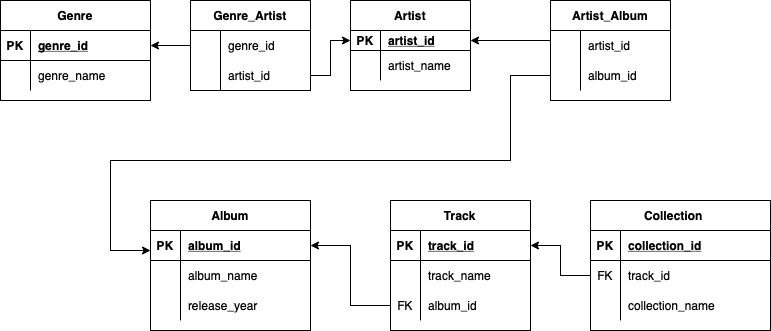
Before: musicDB.drawio.png, a diagram exported from draw.io (Growgs/db_2). Source tidied: cells renumbered, new cells last; positions are measured from the earlier drawing's top-left corner, leaving out a move shared by most shapes.
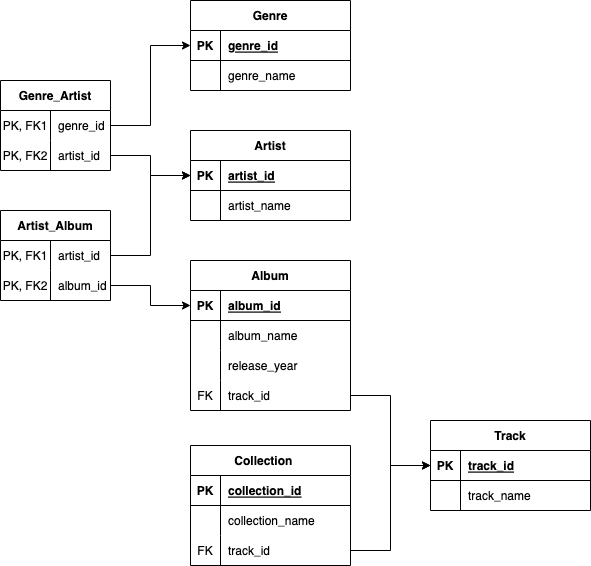
The same diagram one commit later.

The edit, as a diff of the source:
```diff
@@ -3,49 +3,49 @@
     <mxCell id="0" />
     <mxCell id="1" parent="0" />
     <mxCell id="2" value="Genre" style="shape=table;startSize=30;rowLines=0;fontStyle=1;align=center;" parent="1" vertex="1">
-      <mxGeometry width="150" height="100" as="geometry" />
+      <mxGeometry x="150" y="-20" width="160" height="90" as="geometry" />
     </mxCell>
     <mxCell id="3" style="shape=tableRow;horizontal=0;startSize=0;swimlaneHead=0;swimlaneBody=0;fillColor=none;points=[[0,0.5],[1,0.5]];portConstraint=eastwest;top=0;left=0;right=0;bottom=1;" parent="2" vertex="1">
-      <mxGeometry y="30" width="150" height="30" as="geometry" />
+      <mxGeometry y="30" width="160" height="30" as="geometry" />
     </mxCell>
     <mxCell id="4" value="PK" style="shape=partialRectangle;fillColor=none;top=0;left=0;bottom=0;right=0;fontStyle=1;overflow=hidden;" parent="3" vertex="1">
       <mxGeometry width="30" height="30" as="geometry" />
     </mxCell>
     <mxCell id="5" value="genre_id" style="shape=partialRectangle;fillColor=none;top=0;left=0;bottom=0;right=0;align=left;spacingLeft=6;fontStyle=5;overflow=hidden;" parent="3" vertex="1">
-      <mxGeometry x="30" width="120" height="30" as="geometry" />
+      <mxGeometry x="30" width="130" height="30" as="geometry" />
     </mxCell>
     <mxCell id="6" style="shape=tableRow;horizontal=0;startSize=0;swimlaneHead=0;swimlaneBody=0;fillColor=none;top=0;left=0;right=0;bottom=0;" parent="2" vertex="1">
-      <mxGeometry y="60" width="150" height="30" as="geometry" />
+      <mxGeometry y="60" width="160" height="30" as="geometry" />
     </mxCell>
     <mxCell id="7" style="shape=partialRectangle;fillColor=none;top=0;left=0;bottom=0;right=0;overflow=hidden;" parent="6" vertex="1">
       <mxGeometry width="30" height="30" as="geometry" />
     </mxCell>
     <mxCell id="8" value="genre_name" style="shape=partialRectangle;fillColor=none;top=0;left=0;bottom=0;right=0;align=left;spacingLeft=6;overflow=hidden;" parent="6" vertex="1">
-      <mxGeometry x="30" width="120" height="30" as="geometry" />
+      <mxGeometry x="30" width="130" height="30" as="geometry" />
     </mxCell>
     <mxCell id="9" value="Artist" style="shape=table;startSize=30;rowLines=0;fontStyle=1;align=center;" parent="1" vertex="1">
-      <mxGeometry x="350" width="120" height="90" as="geometry" />
+      <mxGeometry x="150" y="110" width="160" height="90" as="geometry" />
     </mxCell>
     <mxCell id="10" style="shape=tableRow;horizontal=0;startSize=0;swimlaneHead=0;swimlaneBody=0;fillColor=none;points=[[0,0.5],[1,0.5]];portConstraint=eastwest;top=0;left=0;right=0;bottom=1;" parent="9" vertex="1">
-      <mxGeometry y="30" width="120" height="20" as="geometry" />
+      <mxGeometry y="30" width="160" height="30" as="geometry" />
     </mxCell>
     <mxCell id="11" value="PK" style="shape=partialRectangle;fillColor=none;top=0;left=0;bottom=0;right=0;fontStyle=1;overflow=hidden;" parent="10" vertex="1">
-      <mxGeometry width="30" height="20" as="geometry" />
+      <mxGeometry width="30" height="30" as="geometry" />
     </mxCell>
     <mxCell id="12" value="artist_id" style="shape=partialRectangle;fillColor=none;top=0;left=0;bottom=0;right=0;align=left;spacingLeft=6;fontStyle=5;overflow=hidden;" parent="10" vertex="1">
-      <mxGeometry x="30" width="90" height="20" as="geometry" />
+      <mxGeometry x="30" width="130" height="30" as="geometry" />
     </mxCell>
     <mxCell id="13" style="shape=tableRow;horizontal=0;startSize=0;swimlaneHead=0;swimlaneBody=0;fillColor=none;top=0;left=0;right=0;bottom=0;" parent="9" vertex="1">
-      <mxGeometry y="50" width="120" height="30" as="geometry" />
+      <mxGeometry y="60" width="160" height="30" as="geometry" />
     </mxCell>
     <mxCell id="14" style="shape=partialRectangle;fillColor=none;top=0;left=0;bottom=0;right=0;overflow=hidden;" parent="13" vertex="1">
       <mxGeometry width="30" height="30" as="geometry" />
     </mxCell>
     <mxCell id="15" value="artist_name" style="shape=partialRectangle;fillColor=none;top=0;left=0;bottom=0;right=0;align=left;spacingLeft=6;overflow=hidden;" parent="13" vertex="1">
-      <mxGeometry x="30" width="90" height="30" as="geometry" />
+      <mxGeometry x="30" width="130" height="30" as="geometry" />
     </mxCell>
     <mxCell id="16" value="Album" style="shape=table;startSize=30;rowLines=0;fontStyle=1;align=center;" parent="1" vertex="1">
-      <mxGeometry x="150" y="200" width="160" height="130" as="geometry" />
+      <mxGeometry x="150" y="240" width="160" height="150" as="geometry" />
     </mxCell>
     <mxCell id="17" style="shape=tableRow;horizontal=0;startSize=0;swimlaneHead=0;swimlaneBody=0;fillColor=none;points=[[0,0.5],[1,0.5]];portConstraint=eastwest;top=0;left=0;right=0;bottom=1;" parent="16" vertex="1">
       <mxGeometry y="30" width="160" height="30" as="geometry" />
@@ -74,142 +74,131 @@
     <mxCell id="25" value="release_year" style="shape=partialRectangle;fillColor=none;top=0;left=0;bottom=0;right=0;align=left;spacingLeft=6;overflow=hidden;" parent="23" vertex="1">
       <mxGeometry x="30" width="130" height="30" as="geometry" />
     </mxCell>
+    <mxCell id="66" style="shape=tableRow;horizontal=0;startSize=0;swimlaneHead=0;swimlaneBody=0;fillColor=none;points=[[0,0.5],[1,0.5]];portConstraint=eastwest;top=0;left=0;right=0;bottom=0;" parent="16" vertex="1">
+      <mxGeometry y="120" width="160" height="30" as="geometry" />
+    </mxCell>
+    <mxCell id="34" value="FK" style="shape=partialRectangle;fillColor=none;top=0;left=0;bottom=0;right=0;overflow=hidden;" parent="66" vertex="1">
+      <mxGeometry width="30" height="30" as="geometry" />
+    </mxCell>
+    <mxCell id="67" value="track_id" style="shape=partialRectangle;fillColor=none;top=0;left=0;bottom=0;right=0;align=left;spacingLeft=6;overflow=hidden;" parent="66" vertex="1">
+      <mxGeometry x="30" width="130" height="30" as="geometry" />
+    </mxCell>
     <mxCell id="26" value="Track" style="shape=table;startSize=30;rowLines=0;fontStyle=1;align=center;" parent="1" vertex="1">
-      <mxGeometry x="390" y="200" width="140" height="130" as="geometry" />
+      <mxGeometry x="390" y="400" width="160" height="90" as="geometry" />
     </mxCell>
     <mxCell id="27" style="shape=tableRow;horizontal=0;startSize=0;swimlaneHead=0;swimlaneBody=0;fillColor=none;points=[[0,0.5],[1,0.5]];portConstraint=eastwest;top=0;left=0;right=0;bottom=1;" parent="26" vertex="1">
-      <mxGeometry y="30" width="140" height="30" as="geometry" />
+      <mxGeometry y="30" width="160" height="30" as="geometry" />
     </mxCell>
     <mxCell id="28" value="PK" style="shape=partialRectangle;fillColor=none;top=0;left=0;bottom=0;right=0;fontStyle=1;overflow=hidden;" parent="27" vertex="1">
       <mxGeometry width="30" height="30" as="geometry" />
     </mxCell>
     <mxCell id="29" value="track_id" style="shape=partialRectangle;fillColor=none;top=0;left=0;bottom=0;right=0;align=left;spacingLeft=6;fontStyle=5;overflow=hidden;" parent="27" vertex="1">
-      <mxGeometry x="30" width="110" height="30" as="geometry" />
+      <mxGeometry x="30" width="130" height="30" as="geometry" />
     </mxCell>
     <mxCell id="30" style="shape=tableRow;horizontal=0;startSize=0;swimlaneHead=0;swimlaneBody=0;fillColor=none;top=0;left=0;right=0;bottom=0;" parent="26" vertex="1">
-      <mxGeometry y="60" width="140" height="30" as="geometry" />
+      <mxGeometry y="60" width="160" height="30" as="geometry" />
     </mxCell>
     <mxCell id="31" style="shape=partialRectangle;fillColor=none;top=0;left=0;bottom=0;right=0;overflow=hidden;" parent="30" vertex="1">
       <mxGeometry width="30" height="30" as="geometry" />
     </mxCell>
     <mxCell id="32" value="track_name" style="shape=partialRectangle;fillColor=none;top=0;left=0;bottom=0;right=0;align=left;spacingLeft=6;overflow=hidden;" parent="30" vertex="1">
-      <mxGeometry x="30" width="110" height="30" as="geometry" />
+      <mxGeometry x="30" width="130" height="30" as="geometry" />
     </mxCell>
-    <mxCell id="33" style="shape=tableRow;horizontal=0;startSize=0;swimlaneHead=0;swimlaneBody=0;fillColor=none;points=[[0,0.5],[1,0.5]];portConstraint=eastwest;top=0;left=0;right=0;bottom=0;" parent="26" vertex="1">
-      <mxGeometry y="90" width="140" height="30" as="geometry" />
-    </mxCell>
-    <mxCell id="34" value="FK" style="shape=partialRectangle;fillColor=none;top=0;left=0;bottom=0;right=0;overflow=hidden;" parent="33" vertex="1">
-      <mxGeometry width="30" height="30" as="geometry" />
-    </mxCell>
-    <mxCell id="35" value="album_id" style="shape=partialRectangle;fillColor=none;top=0;left=0;bottom=0;right=0;align=left;spacingLeft=6;overflow=hidden;" parent="33" vertex="1">
-      <mxGeometry x="30" width="110" height="30" as="geometry" />
-    </mxCell>
-    <mxCell id="36" style="edgeStyle=orthogonalEdgeStyle;rounded=0;jettySize=auto;html=1;" parent="1" edge="1" source="33" target="17">
-      <mxGeometry relative="1" as="geometry">
-        <Array as="points">
-          <mxPoint x="350" y="305" />
-          <mxPoint x="350" y="245" />
-        </Array>
-      </mxGeometry>
-    </mxCell>
     <mxCell id="37" value="Genre_Artist" style="shape=table;startSize=30;rowLines=0;fontStyle=1;align=center;" parent="1" vertex="1">
-      <mxGeometry x="190" width="120" height="90" as="geometry" />
+      <mxGeometry x="-40" y="60" width="110" height="90" as="geometry" />
     </mxCell>
     <mxCell id="38" style="shape=tableRow;horizontal=0;startSize=0;swimlaneHead=0;swimlaneBody=0;fillColor=none;points=[[0,0.5],[1,0.5]];portConstraint=eastwest;top=0;left=0;right=0;bottom=0;" parent="37" vertex="1">
-      <mxGeometry y="30" width="120" height="30" as="geometry" />
+      <mxGeometry y="30" width="110" height="30" as="geometry" />
     </mxCell>
-    <mxCell id="39" style="shape=partialRectangle;fillColor=none;top=0;left=0;bottom=0;right=0;overflow=hidden;" parent="38" vertex="1">
-      <mxGeometry width="30" height="30" as="geometry" />
+    <mxCell id="39" value="PK, FK1" style="shape=partialRectangle;fillColor=none;top=0;left=0;bottom=0;right=0;overflow=hidden;" parent="38" vertex="1">
+      <mxGeometry width="50" height="30" as="geometry" />
     </mxCell>
     <mxCell id="40" value="genre_id" style="shape=partialRectangle;fillColor=none;top=0;left=0;bottom=0;right=0;align=left;spacingLeft=6;overflow=hidden;" parent="38" vertex="1">
-      <mxGeometry x="30" width="90" height="30" as="geometry" />
+      <mxGeometry x="50" width="60" height="30" as="geometry" />
     </mxCell>
     <mxCell id="41" style="shape=tableRow;horizontal=0;startSize=0;swimlaneHead=0;swimlaneBody=0;fillColor=none;points=[[0,0.5],[1,0.5]];portConstraint=eastwest;top=0;left=0;right=0;bottom=0;" parent="37" vertex="1">
-      <mxGeometry y="60" width="120" height="30" as="geometry" />
+      <mxGeometry y="60" width="110" height="30" as="geometry" />
     </mxCell>
-    <mxCell id="42" style="shape=partialRectangle;fillColor=none;top=0;left=0;bottom=0;right=0;overflow=hidden;" parent="41" vertex="1">
-      <mxGeometry width="30" height="30" as="geometry" />
+    <mxCell id="42" value="PK, FK2" style="shape=partialRectangle;fillColor=none;top=0;left=0;bottom=0;right=0;overflow=hidden;" parent="41" vertex="1">
+      <mxGeometry width="50" height="30" as="geometry" />
     </mxCell>
     <mxCell id="43" value="artist_id" style="shape=partialRectangle;fillColor=none;top=0;left=0;bottom=0;right=0;align=left;spacingLeft=6;overflow=hidden;" parent="41" vertex="1">
-      <mxGeometry x="30" width="90" height="30" as="geometry" />
+      <mxGeometry x="50" width="60" height="30" as="geometry" />
     </mxCell>
     <mxCell id="44" value="Artist_Album" style="shape=table;startSize=30;rowLines=0;fontStyle=1;align=center;" parent="1" vertex="1">
-      <mxGeometry x="550" width="120" height="100" as="geometry" />
+      <mxGeometry x="-40" y="190" width="110" height="90" as="geometry" />
     </mxCell>
     <mxCell id="45" style="shape=tableRow;horizontal=0;startSize=0;swimlaneHead=0;swimlaneBody=0;fillColor=none;points=[[0,0.5],[1,0.5]];portConstraint=eastwest;top=0;left=0;right=0;bottom=0;" parent="44" vertex="1">
-      <mxGeometry y="30" width="120" height="30" as="geometry" />
+      <mxGeometry y="30" width="110" height="30" as="geometry" />
     </mxCell>
     <mxCell id="46" style="shape=partialRectangle;fillColor=none;top=0;left=0;bottom=0;right=0;overflow=hidden;" parent="45" vertex="1">
-      <mxGeometry width="30" height="30" as="geometry" />
+      <mxGeometry width="50" height="30" as="geometry" />
     </mxCell>
     <mxCell id="47" value="artist_id" style="shape=partialRectangle;fillColor=none;top=0;left=0;bottom=0;right=0;align=left;spacingLeft=6;overflow=hidden;" parent="45" vertex="1">
-      <mxGeometry x="30" width="90" height="30" as="geometry" />
+      <mxGeometry x="50" width="60" height="30" as="geometry" />
     </mxCell>
     <mxCell id="48" style="shape=tableRow;horizontal=0;startSize=0;swimlaneHead=0;swimlaneBody=0;fillColor=none;points=[[0,0.5],[1,0.5]];portConstraint=eastwest;top=0;left=0;right=0;bottom=0;" parent="44" vertex="1">
-      <mxGeometry y="60" width="120" height="30" as="geometry" />
+      <mxGeometry y="60" width="110" height="30" as="geometry" />
     </mxCell>
     <mxCell id="49" style="shape=partialRectangle;fillColor=none;top=0;left=0;bottom=0;right=0;overflow=hidden;" parent="48" vertex="1">
-      <mxGeometry width="30" height="30" as="geometry" />
+      <mxGeometry width="50" height="30" as="geometry" />
     </mxCell>
     <mxCell id="50" value="album_id" style="shape=partialRectangle;fillColor=none;top=0;left=0;bottom=0;right=0;align=left;spacingLeft=6;overflow=hidden;" parent="48" vertex="1">
-      <mxGeometry x="30" width="90" height="30" as="geometry" />
+      <mxGeometry x="50" width="60" height="30" as="geometry" />
     </mxCell>
     <mxCell id="51" value="Collection    " style="shape=table;startSize=30;rowLines=0;fontStyle=1;align=center;" parent="1" vertex="1">
-      <mxGeometry x="590" y="200" width="180" height="130" as="geometry" />
+      <mxGeometry x="150" y="425" width="160" height="120" as="geometry" />
     </mxCell>
     <mxCell id="52" style="shape=tableRow;horizontal=0;startSize=0;swimlaneHead=0;swimlaneBody=0;fillColor=none;top=0;left=0;right=0;bottom=1;" parent="51" vertex="1">
-      <mxGeometry y="30" width="180" height="30" as="geometry" />
+      <mxGeometry y="30" width="160" height="30" as="geometry" />
     </mxCell>
     <mxCell id="53" value="PK" style="shape=partialRectangle;fillColor=none;top=0;left=0;bottom=0;right=0;fontStyle=1;overflow=hidden;" parent="52" vertex="1">
       <mxGeometry width="30" height="30" as="geometry" />
     </mxCell>
     <mxCell id="54" value="collection_id" style="shape=partialRectangle;fillColor=none;top=0;left=0;bottom=0;right=0;align=left;spacingLeft=6;fontStyle=5;overflow=hidden;" parent="52" vertex="1">
-      <mxGeometry x="30" width="150" height="30" as="geometry" />
+      <mxGeometry x="30" width="130" height="30" as="geometry" />
     </mxCell>
+    <mxCell id="58" style="shape=tableRow;horizontal=0;startSize=0;swimlaneHead=0;swimlaneBody=0;fillColor=none;top=0;left=0;right=0;bottom=0;" parent="51" vertex="1">
+      <mxGeometry y="60" width="160" height="30" as="geometry" />
+    </mxCell>
+    <mxCell id="59" value="&#10;&#10;" style="shape=partialRectangle;fillColor=none;top=0;left=0;bottom=0;right=0;overflow=hidden;" parent="58" vertex="1">
+      <mxGeometry width="30" height="30" as="geometry" />
+    </mxCell>
+    <mxCell id="60" value="collection_name" style="shape=partialRectangle;fillColor=none;top=0;left=0;bottom=0;right=0;align=left;spacingLeft=6;overflow=hidden;" parent="58" vertex="1">
+      <mxGeometry x="30" width="130" height="30" as="geometry" />
+    </mxCell>
     <mxCell id="55" style="shape=tableRow;horizontal=0;startSize=0;swimlaneHead=0;swimlaneBody=0;fillColor=none;points=[[0,0.5],[1,0.5]];portConstraint=eastwest;top=0;left=0;right=0;bottom=0;" parent="51" vertex="1">
-      <mxGeometry y="60" width="180" height="30" as="geometry" />
+      <mxGeometry y="90" width="160" height="30" as="geometry" />
     </mxCell>
     <mxCell id="56" value="FK" style="shape=partialRectangle;fillColor=none;top=0;left=0;bottom=0;right=0;overflow=hidden;" parent="55" vertex="1">
       <mxGeometry width="30" height="30" as="geometry" />
     </mxCell>
     <mxCell id="57" value="track_id" style="shape=partialRectangle;fillColor=none;top=0;left=0;bottom=0;right=0;align=left;spacingLeft=6;overflow=hidden;" parent="55" vertex="1">
-      <mxGeometry x="30" width="150" height="30" as="geometry" />
+      <mxGeometry x="30" width="130" height="30" as="geometry" />
     </mxCell>
-    <mxCell id="58" style="shape=tableRow;horizontal=0;startSize=0;swimlaneHead=0;swimlaneBody=0;fillColor=none;top=0;left=0;right=0;bottom=0;" parent="51" vertex="1">
-      <mxGeometry y="90" width="180" height="30" as="geometry" />
-    </mxCell>
-    <mxCell id="59" value="&#10;&#10;" style="shape=partialRectangle;fillColor=none;top=0;left=0;bottom=0;right=0;overflow=hidden;" parent="58" vertex="1">
-      <mxGeometry width="30" height="30" as="geometry" />
-    </mxCell>
-    <mxCell id="60" value="collection_name" style="shape=partialRectangle;fillColor=none;top=0;left=0;bottom=0;right=0;align=left;spacingLeft=6;overflow=hidden;" parent="58" vertex="1">
-      <mxGeometry x="30" width="150" height="30" as="geometry" />
-    </mxCell>
-    <mxCell id="61" style="edgeStyle=orthogonalEdgeStyle;rounded=0;jettySize=auto;html=1;entryX=1;entryY=0.5;entryDx=0;entryDy=0;" parent="1" edge="1" source="55" target="27">
+    <mxCell id="61" style="edgeStyle=orthogonalEdgeStyle;rounded=0;jettySize=auto;html=1;" parent="1" edge="1" source="55" target="27">
       <mxGeometry relative="1" as="geometry" />
     </mxCell>
-    <mxCell id="62" style="edgeStyle=orthogonalEdgeStyle;rounded=0;jettySize=auto;html=1;entryX=1;entryY=0.5;entryDx=0;entryDy=0;" parent="1" edge="1" source="38" target="3">
+    <mxCell id="62" style="edgeStyle=orthogonalEdgeStyle;rounded=0;jettySize=auto;html=1;" parent="1" edge="1" source="38" target="3">
       <mxGeometry relative="1" as="geometry" />
     </mxCell>
-    <mxCell id="63" style="edgeStyle=orthogonalEdgeStyle;rounded=0;jettySize=auto;html=1;entryX=1;entryY=0.5;entryDx=0;entryDy=0;" parent="1" edge="1" source="45" target="10">
-      <mxGeometry relative="1" as="geometry">
-        <Array as="points">
-          <mxPoint x="530" y="40" />
-          <mxPoint x="530" y="40" />
-        </Array>
-      </mxGeometry>
+    <mxCell id="63" style="edgeStyle=orthogonalEdgeStyle;rounded=0;jettySize=auto;html=1;" parent="1" edge="1" source="45" target="10">
+      <mxGeometry relative="1" as="geometry" />
     </mxCell>
     <mxCell id="64" style="edgeStyle=orthogonalEdgeStyle;rounded=0;jettySize=auto;html=1;" parent="1" edge="1" source="41" target="10">
       <mxGeometry relative="1" as="geometry" />
     </mxCell>
+    <mxCell id="68" style="edgeStyle=orthogonalEdgeStyle;rounded=0;jettySize=auto;html=1;" parent="1" edge="1" source="66" target="27">
+      <mxGeometry relative="1" as="geometry" />
+    </mxCell>
     <mxCell id="65" style="edgeStyle=orthogonalEdgeStyle;rounded=0;jettySize=auto;html=1;" parent="1" edge="1" source="48" target="17">
-      <mxGeometry relative="1" as="geometry">
-        <Array as="points">
-          <mxPoint x="510" y="75" />
-          <mxPoint x="510" y="160" />
-          <mxPoint x="110" y="160" />
-          <mxPoint x="110" y="250" />
-        </Array>
-      </mxGeometry>
+      <mxGeometry relative="1" as="geometry" />
     </mxCell>
+    <mxCell id="69" value="PK, FK1" style="shape=partialRectangle;fillColor=none;top=0;left=0;bottom=0;right=0;overflow=hidden;" parent="1" vertex="1">
+      <mxGeometry x="-40" y="220" width="50" height="30" as="geometry" />
+    </mxCell>
+    <mxCell id="70" value="PK, FK2" style="shape=partialRectangle;fillColor=none;top=0;left=0;bottom=0;right=0;overflow=hidden;" parent="1" vertex="1">
+      <mxGeometry x="-40" y="250" width="50" height="30" as="geometry" />
+    </mxCell>
   </root>
 </mxGraphModel>
```
